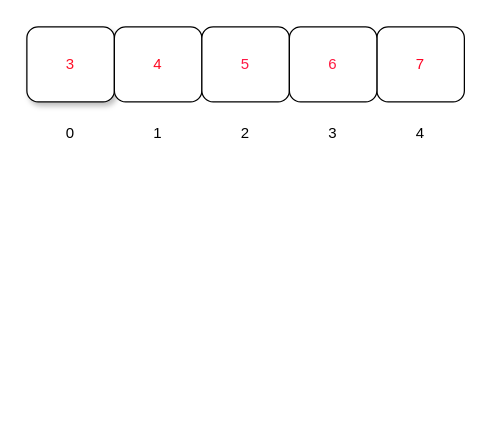
Before: 제목 없는 다이어그램.drawio in zzangzzangguy/TIL, a draw.io diagram. Source tidied: cells renumbered, new cells numbered last; positions are measured from the earlier drawing's top-left corner, leaving out a move shared by most shapes. Both pictures are drawn from the tidied source at 125%, with x=0, y=0 at pixel (26, 26).
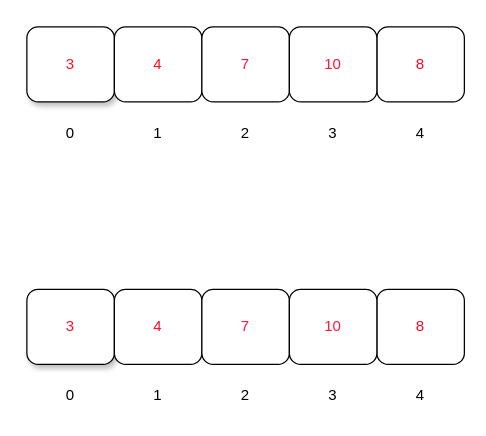
The same page after the edit.

Commit message (it also covers changes not shown here):
제목 없는 다이어그램.drawio 업데이트

Change to the diagram source:
```diff
@@
-    <mxCell id="3" value="7" style="rounded=1;whiteSpace=wrap;html=1;fontColor=#FF0324;" parent="1" vertex="1">
+    <mxCell id="3" value="8" style="rounded=1;whiteSpace=wrap;html=1;fontColor=#FF0324;" parent="1" vertex="1">
       <mxGeometry x="280" width="70" height="60" as="geometry" />
     </mxCell>
@@
-    <mxCell id="5" value="5" style="rounded=1;whiteSpace=wrap;html=1;fontColor=#FF1745;" parent="1" vertex="1">
+    <mxCell id="5" value="7" style="rounded=1;whiteSpace=wrap;html=1;fontColor=#FF1745;" parent="1" vertex="1">
       <mxGeometry x="140" width="70" height="60" as="geometry" />
     </mxCell>
-    <mxCell id="6" value="6" style="rounded=1;whiteSpace=wrap;html=1;fontColor=#FF1940;" parent="1" vertex="1">
+    <mxCell id="6" value="10" style="rounded=1;whiteSpace=wrap;html=1;fontColor=#FF1940;" parent="1" vertex="1">
       <mxGeometry x="210" width="70" height="60" as="geometry" />
     </mxCell>
@@
+    <mxCell id="12" value="3" style="rounded=1;whiteSpace=wrap;html=1;shadow=1;fontColor=#FF0F27;" parent="1" vertex="1">
+      <mxGeometry y="210" width="70" height="60" as="geometry" />
+    </mxCell>
+    <mxCell id="13" value="8&lt;br&gt;" style="rounded=1;whiteSpace=wrap;html=1;fontColor=#FF0324;" parent="1" vertex="1">
+      <mxGeometry x="280" y="210" width="70" height="60" as="geometry" />
+    </mxCell>
+    <mxCell id="14" value="4" style="rounded=1;whiteSpace=wrap;html=1;fontColor=#FF0820;" parent="1" vertex="1">
+      <mxGeometry x="70" y="210" width="70" height="60" as="geometry" />
+    </mxCell>
+    <mxCell id="15" value="7" style="rounded=1;whiteSpace=wrap;html=1;fontColor=#FF1745;" parent="1" vertex="1">
+      <mxGeometry x="140" y="210" width="70" height="60" as="geometry" />
+    </mxCell>
+    <mxCell id="16" value="10" style="rounded=1;whiteSpace=wrap;html=1;fontColor=#FF1940;" parent="1" vertex="1">
+      <mxGeometry x="210" y="210" width="70" height="60" as="geometry" />
+    </mxCell>
+    <mxCell id="17" value="0" style="text;html=1;strokeColor=none;fillColor=none;align=center;verticalAlign=middle;whiteSpace=wrap;rounded=0;" parent="1" vertex="1">
+      <mxGeometry x="5" y="280" width="60" height="30" as="geometry" />
+    </mxCell>
+    <mxCell id="18" value="4" style="text;html=1;strokeColor=none;fillColor=none;align=center;verticalAlign=middle;whiteSpace=wrap;rounded=0;" parent="1" vertex="1">
+      <mxGeometry x="285" y="280" width="60" height="30" as="geometry" />
+    </mxCell>
+    <mxCell id="19" value="3" style="text;html=1;strokeColor=none;fillColor=none;align=center;verticalAlign=middle;whiteSpace=wrap;rounded=0;" parent="1" vertex="1">
+      <mxGeometry x="215" y="280" width="60" height="30" as="geometry" />
+    </mxCell>
+    <mxCell id="20" value="2" style="text;html=1;strokeColor=none;fillColor=none;align=center;verticalAlign=middle;whiteSpace=wrap;rounded=0;" parent="1" vertex="1">
+      <mxGeometry x="145" y="280" width="60" height="30" as="geometry" />
+    </mxCell>
+    <mxCell id="21" value="1" style="text;html=1;strokeColor=none;fillColor=none;align=center;verticalAlign=middle;whiteSpace=wrap;rounded=0;" parent="1" vertex="1">
+      <mxGeometry x="75" y="280" width="60" height="30" as="geometry" />
+    </mxCell>
```
